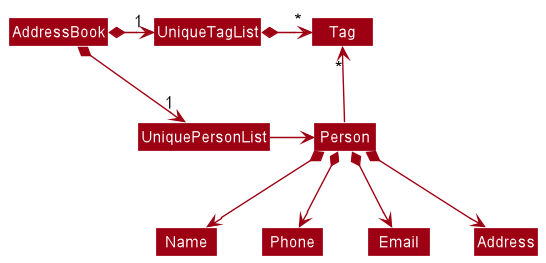
Above: docs/images/BetterModelClassDiagram.png in nus-cs2103-AY2223S1/tp (PlantUML), before the change.
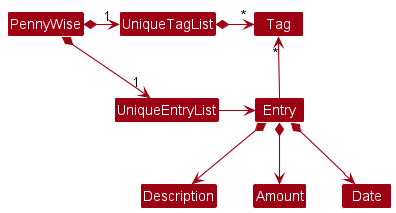
After the change.

Commit message:
Refactor DG for AddressBook -> PennyWise cleanup

The edit, as a diff of the source:
```diff
@@ -4,18 +4,17 @@
 skinparam arrowColor MODEL_COLOR
 skinparam classBackgroundColor MODEL_COLOR
 
-AddressBook *-right-> "1" UniquePersonList
-AddressBook *-right-> "1" UniqueTagList
-UniqueTagList -[hidden]down- UniquePersonList
-UniqueTagList -[hidden]down- UniquePersonList
+PennyWise *-right-> "1" UniqueEntryList
+PennyWise *-right-> "1" UniqueTagList
+UniqueTagList -[hidden]down- UniqueEntryList
+UniqueTagList -[hidden]down- UniqueEntryList
 
 UniqueTagList *-right-> "*" Tag
-UniquePersonList -right-> Person
+UniqueEntryList -right-> Entry
 
-Person -up-> "*" Tag
+Entry -up-> "*" Tag
 
-Person *--> Name
-Person *--> Phone
-Person *--> Email
-Person *--> Address
+Entry *--> Description
+Entry *--> Amount
+Entry *--> Date
 @enduml
```
